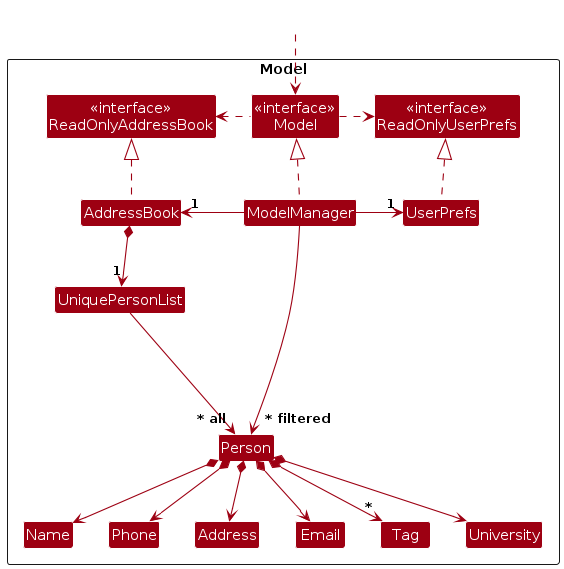
Before: diagrams/ModelClassDiagram.png, a diagram exported from PlantUML (jeremychiaaaaa/tp). Its source is kept beside it as diagrams/ModelClassDiagram.puml.
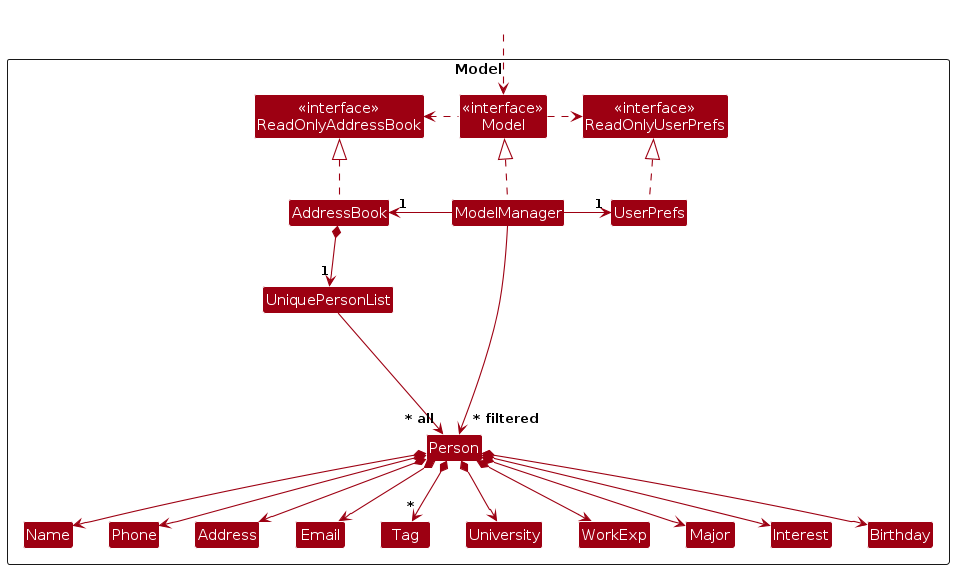
The same diagram one commit later.

What changed in the source:
```diff
@@ -20,6 +20,10 @@
   Class Phone
   Class Tag
   Class University
+  Class WorkExp
+  Class Major
+  Class Interest
+  Class Birthday
 
   Class I #FFFFFF
 }
@@ -44,6 +48,10 @@
 Person *--> Address
 Person *--> "*" Tag
 Person *--> University
+Person *--> WorkExp
+Person *--> Major
+Person *--> Interest
+Person *--> Birthday
 
 Person -[hidden]up--> I
 UniquePersonList -[hidden]right-> I
```
